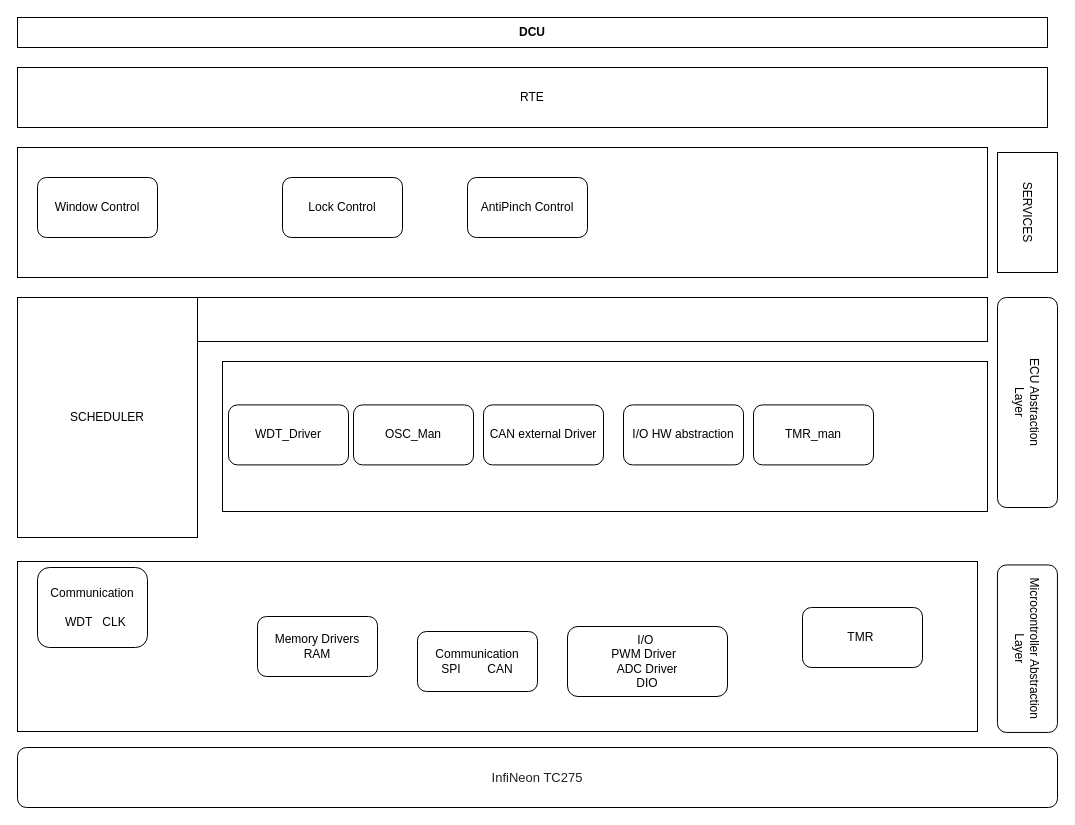
Above: page "Página-2" (2 of 2) of Diagrama sin título.drawio in juankcl/ContiDiagrams (draw.io), before the change. Source tidied: cells renumbered, new cells numbered last; positions are measured from the earlier drawing's top-left corner, leaving out a move shared by most shapes. Both pictures are drawn from the tidied source at 100%, with x=0, y=0 at pixel (17, 17).
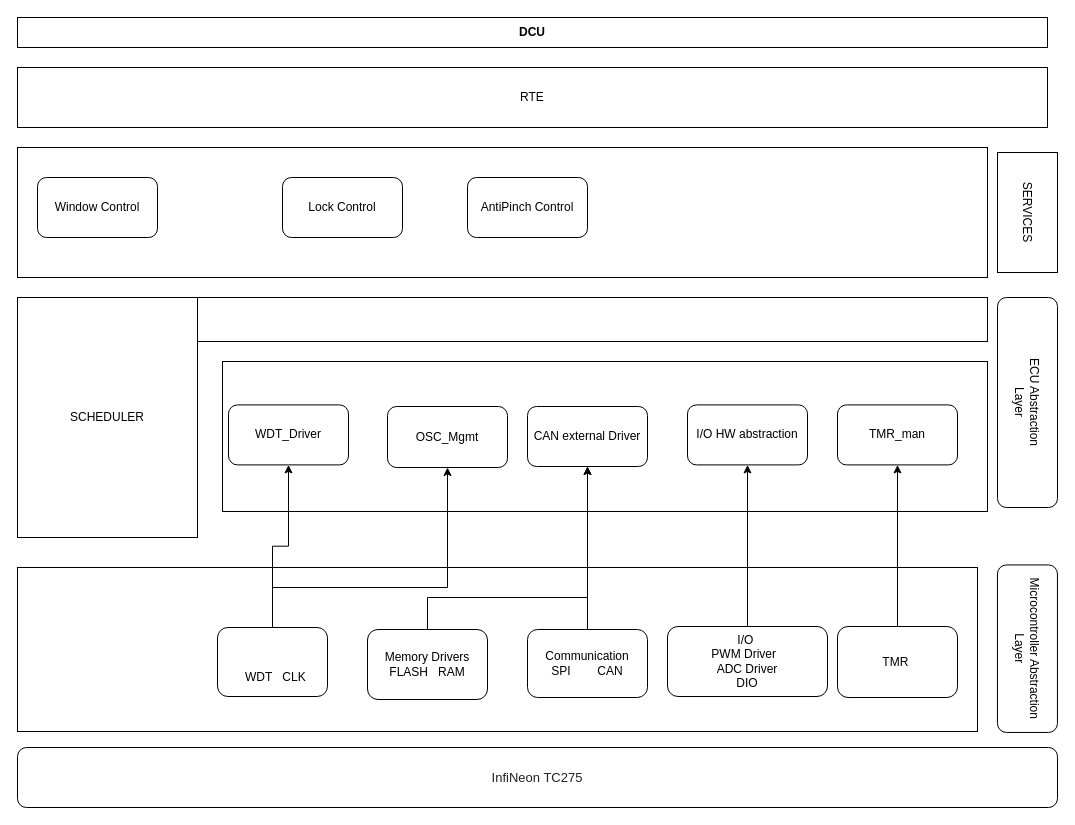
The same page after the edit.

The change refers to these unchanged cells:
```xml
<mxCell id="18" value="WDT_Driver" style="rounded=1;whiteSpace=wrap;html=1;" parent="1" vertex="1">
  <mxGeometry x="211" y="387.4" width="120" height="60" as="geometry" />
</mxCell>
```

What changed in the source:
```diff
@@
     <mxCell id="8" value="&lt;div style=&quot;text-align: start;&quot;&gt;&lt;br&gt;&lt;/div&gt;" style="rounded=0;whiteSpace=wrap;html=1;" parent="1" vertex="1">
-      <mxGeometry y="544" width="960" height="170" as="geometry" />
+      <mxGeometry y="550" width="960" height="164" as="geometry" />
     </mxCell>
+    <mxCell id="27" style="edgeStyle=orthogonalEdgeStyle;rounded=0;jettySize=auto;html=1;entryX=0.5;entryY=1;entryDx=0;entryDy=0;" parent="1" edge="1" source="9" target="18">
+      <mxGeometry relative="1" as="geometry" />
+    </mxCell>
+    <mxCell id="28" style="edgeStyle=orthogonalEdgeStyle;rounded=0;jettySize=auto;html=1;" parent="1" edge="1" source="9" target="13">
+      <mxGeometry relative="1" as="geometry">
+        <Array as="points">
+          <mxPoint x="255" y="570" />
+          <mxPoint x="430" y="570" />
+        </Array>
+      </mxGeometry>
+    </mxCell>
-    <mxCell id="9" value="Communication&lt;br&gt;&lt;br&gt;&amp;nbsp; WDT&amp;nbsp; &amp;nbsp;CLK" style="rounded=1;whiteSpace=wrap;html=1;" parent="1" vertex="1">
-      <mxGeometry x="20" y="550" width="110" height="80" as="geometry" />
+    <mxCell id="9" value="&lt;br&gt;&lt;br&gt;&amp;nbsp; WDT&amp;nbsp; &amp;nbsp;CLK" style="rounded=1;whiteSpace=wrap;html=1;" parent="1" vertex="1">
+      <mxGeometry x="200" y="610" width="110" height="69" as="geometry" />
     </mxCell>
+    <mxCell id="29" style="edgeStyle=orthogonalEdgeStyle;rounded=0;jettySize=auto;html=1;" parent="1" edge="1" source="10" target="14">
+      <mxGeometry relative="1" as="geometry" />
+    </mxCell>
     <mxCell id="10" value="I/O&amp;nbsp;&lt;br&gt;PWM Driver&amp;nbsp;&amp;nbsp;&lt;br&gt;ADC Driver&lt;br&gt;DIO" style="rounded=1;whiteSpace=wrap;html=1;" parent="1" vertex="1">
-      <mxGeometry x="550" y="609" width="160" height="70" as="geometry" />
+      <mxGeometry x="650" y="609" width="160" height="70" as="geometry" />
     </mxCell>
+    <mxCell id="30" style="edgeStyle=orthogonalEdgeStyle;rounded=0;jettySize=auto;html=1;" parent="1" edge="1" source="11" target="17">
+      <mxGeometry relative="1" as="geometry">
+        <Array as="points">
+          <mxPoint x="410" y="580" />
+          <mxPoint x="570" y="580" />
+        </Array>
+      </mxGeometry>
+    </mxCell>
-    <mxCell id="11" value="Memory Drivers&lt;br&gt;RAM" style="rounded=1;whiteSpace=wrap;html=1;" parent="1" vertex="1">
-      <mxGeometry x="240" y="599" width="120" height="60" as="geometry" />
+    <mxCell id="11" value="Memory Drivers&lt;br&gt;FLASH&amp;nbsp; &amp;nbsp;RAM" style="rounded=1;whiteSpace=wrap;html=1;" parent="1" vertex="1">
+      <mxGeometry x="350" y="612" width="120" height="70" as="geometry" />
     </mxCell>
+    <mxCell id="31" style="edgeStyle=orthogonalEdgeStyle;rounded=0;jettySize=auto;html=1;" parent="1" edge="1" source="12" target="16">
+      <mxGeometry relative="1" as="geometry" />
+    </mxCell>
     <mxCell id="12" value="TMR&amp;nbsp;" style="rounded=1;whiteSpace=wrap;html=1;" parent="1" vertex="1">
-      <mxGeometry x="785" y="590" width="120" height="60" as="geometry" />
+      <mxGeometry x="820" y="609" width="120" height="71" as="geometry" />
     </mxCell>
-    <mxCell id="13" value="OSC_Man" style="rounded=1;whiteSpace=wrap;html=1;" parent="1" vertex="1">
-      <mxGeometry x="336" y="387.4" width="120" height="60" as="geometry" />
+    <mxCell id="13" value="OSC_Mgmt" style="rounded=1;whiteSpace=wrap;html=1;" parent="1" vertex="1">
+      <mxGeometry x="370" y="389" width="120" height="61" as="geometry" />
     </mxCell>
     <mxCell id="14" value="I/O HW abstraction" style="rounded=1;whiteSpace=wrap;html=1;" parent="1" vertex="1">
-      <mxGeometry x="606" y="387.4" width="120" height="60" as="geometry" />
+      <mxGeometry x="670" y="387.4" width="120" height="60" as="geometry" />
     </mxCell>
@@
     <mxCell id="16" value="TMR_man" style="rounded=1;whiteSpace=wrap;html=1;" parent="1" vertex="1">
-      <mxGeometry x="736" y="387.4" width="120" height="60" as="geometry" />
+      <mxGeometry x="820" y="387.4" width="120" height="60" as="geometry" />
     </mxCell>
     <mxCell id="17" value="CAN external Driver" style="rounded=1;whiteSpace=wrap;html=1;" parent="1" vertex="1">
-      <mxGeometry x="466" y="387.4" width="120" height="60" as="geometry" />
+      <mxGeometry x="510" y="389" width="120" height="60" as="geometry" />
     </mxCell>
@@
+    <mxCell id="32" style="edgeStyle=orthogonalEdgeStyle;rounded=0;jettySize=auto;html=1;entryX=0.5;entryY=1;entryDx=0;entryDy=0;" parent="1" edge="1" source="25" target="17">
+      <mxGeometry relative="1" as="geometry" />
+    </mxCell>
     <mxCell id="25" value="Communication&lt;br&gt;SPI&amp;nbsp; &amp;nbsp; &amp;nbsp; &amp;nbsp; CAN" style="rounded=1;whiteSpace=wrap;html=1;" parent="1" vertex="1">
-      <mxGeometry x="400" y="614" width="120" height="60" as="geometry" />
+      <mxGeometry x="510" y="612" width="120" height="68" as="geometry" />
     </mxCell>
```
